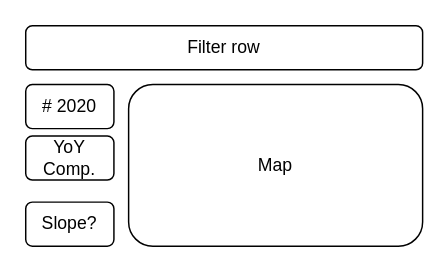
JayJose/atlanta-crime keeps this draw.io diagram as page "layout" (2 of 3) of sketchpad.drawio. Above is the earlier version. Source tidied: cells renumbered, new cells numbered last; positions are measured from the earlier drawing's top-left corner, leaving out a move shared by most shapes. Both pictures are drawn from the tidied source at 147%, with x=0, y=0 at pixel (25, 25).
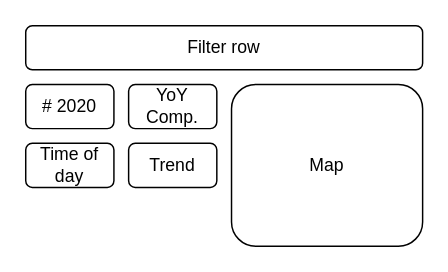
The same page after the edit.

Commit message (it also covers changes not shown here):
adds time of day bar chart and removes legend dropdown

Change to the diagram source:
```diff
@@
 <mxGraphModel>
   <root>
     <mxCell id="0" />
     <mxCell id="1" parent="0" />
     <mxCell id="2" value="Map" style="rounded=1;whiteSpace=wrap;html=1;" parent="1" vertex="1">
-      <mxGeometry x="70" y="40" width="200" height="110" as="geometry" />
+      <mxGeometry x="140" y="40" width="130" height="110" as="geometry" />
     </mxCell>
     <mxCell id="3" value="# 2020" style="rounded=1;whiteSpace=wrap;html=1;" parent="1" vertex="1">
       <mxGeometry y="40" width="60" height="30" as="geometry" />
     </mxCell>
     <mxCell id="4" value="YoY Comp." style="rounded=1;whiteSpace=wrap;html=1;" parent="1" vertex="1">
-      <mxGeometry y="75" width="60" height="30" as="geometry" />
+      <mxGeometry x="70" y="40" width="60" height="30" as="geometry" />
     </mxCell>
     <mxCell id="5" value="Filter row" style="rounded=1;whiteSpace=wrap;html=1;" parent="1" vertex="1">
       <mxGeometry width="270" height="30" as="geometry" />
     </mxCell>
-    <mxCell id="6" value="Slope?" style="rounded=1;whiteSpace=wrap;html=1;" parent="1" vertex="1">
-      <mxGeometry y="120" width="60" height="30" as="geometry" />
+    <mxCell id="6" value="Trend" style="rounded=1;whiteSpace=wrap;html=1;" parent="1" vertex="1">
+      <mxGeometry x="70" y="80" width="60" height="30" as="geometry" />
     </mxCell>
+    <mxCell id="7" value="Time of day" style="rounded=1;whiteSpace=wrap;html=1;" parent="1" vertex="1">
+      <mxGeometry y="80" width="60" height="30" as="geometry" />
+    </mxCell>
   </root>
 </mxGraphModel>
```
